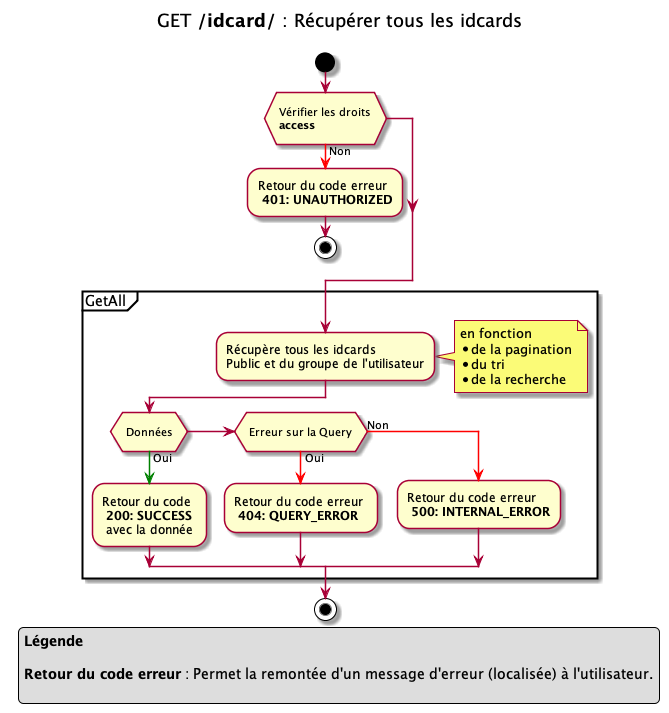
Before: 01.byd-DataFactory/1.ArchitectureDossier/images/idcard_getAll.png, a diagram exported from PlantUML (cogirep/documentation). Its diagram source:
```plantuml
@startuml

title
GET **/idcard/** : Récupérer tous les idcards

end title

start
if ( \n Vérifier les droits \n **access** \n)
-[#red]-> Non ;
-Retour du code erreur \n **401: UNAUTHORIZED**
stop
endif


partition "GetAll " {
    -Récupère tous les idcards \nPublic et du groupe de l'utilisateur
    note right
    en fonction
    * de la pagination
    * du tri
    * de la recherche
    endnote

    if ( \n Données \n )
        -[#green]-> Oui ;
        -Retour du code \n **200: SUCCESS** \n avec la donnée
    elseif ( \n Erreur sur la Query \n )
        -[#red]-> Oui ;
        -Retour du code erreur \n **404: QUERY_ERROR**
    else
        -[#red]-> Non ;
        -Retour du code erreur \n **500: INTERNAL_ERROR**
    endif
}
stop



legend
**Légende**

**Retour du code erreur** : Permet la remontée d'un message d'erreur (localisée) à l'utilisateur.

endlegend

@enduml
```
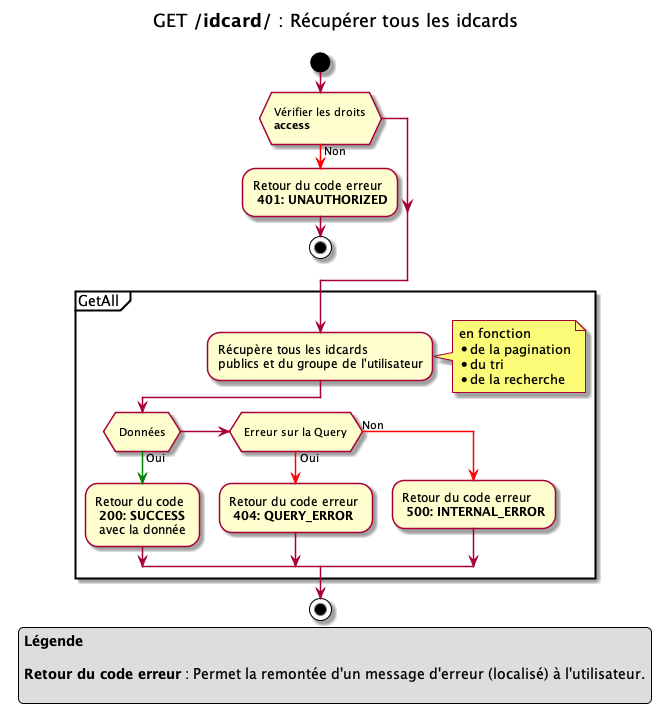
The same diagram one commit later.

What changed in the source:
```diff
@@ -14,7 +14,7 @@
 
 
 partition "GetAll " {
-    -Récupère tous les idcards \nPublic et du groupe de l'utilisateur
+    -Récupère tous les idcards \npublics et du groupe de l'utilisateur
     note right
     en fonction
     * de la pagination
@@ -40,7 +40,7 @@
 legend
 **Légende**
 
-**Retour du code erreur** : Permet la remontée d'un message d'erreur (localisée) à l'utilisateur.
+**Retour du code erreur** : Permet la remontée d'un message d'erreur (localisé) à l'utilisateur.
 
 endlegend
 
```
